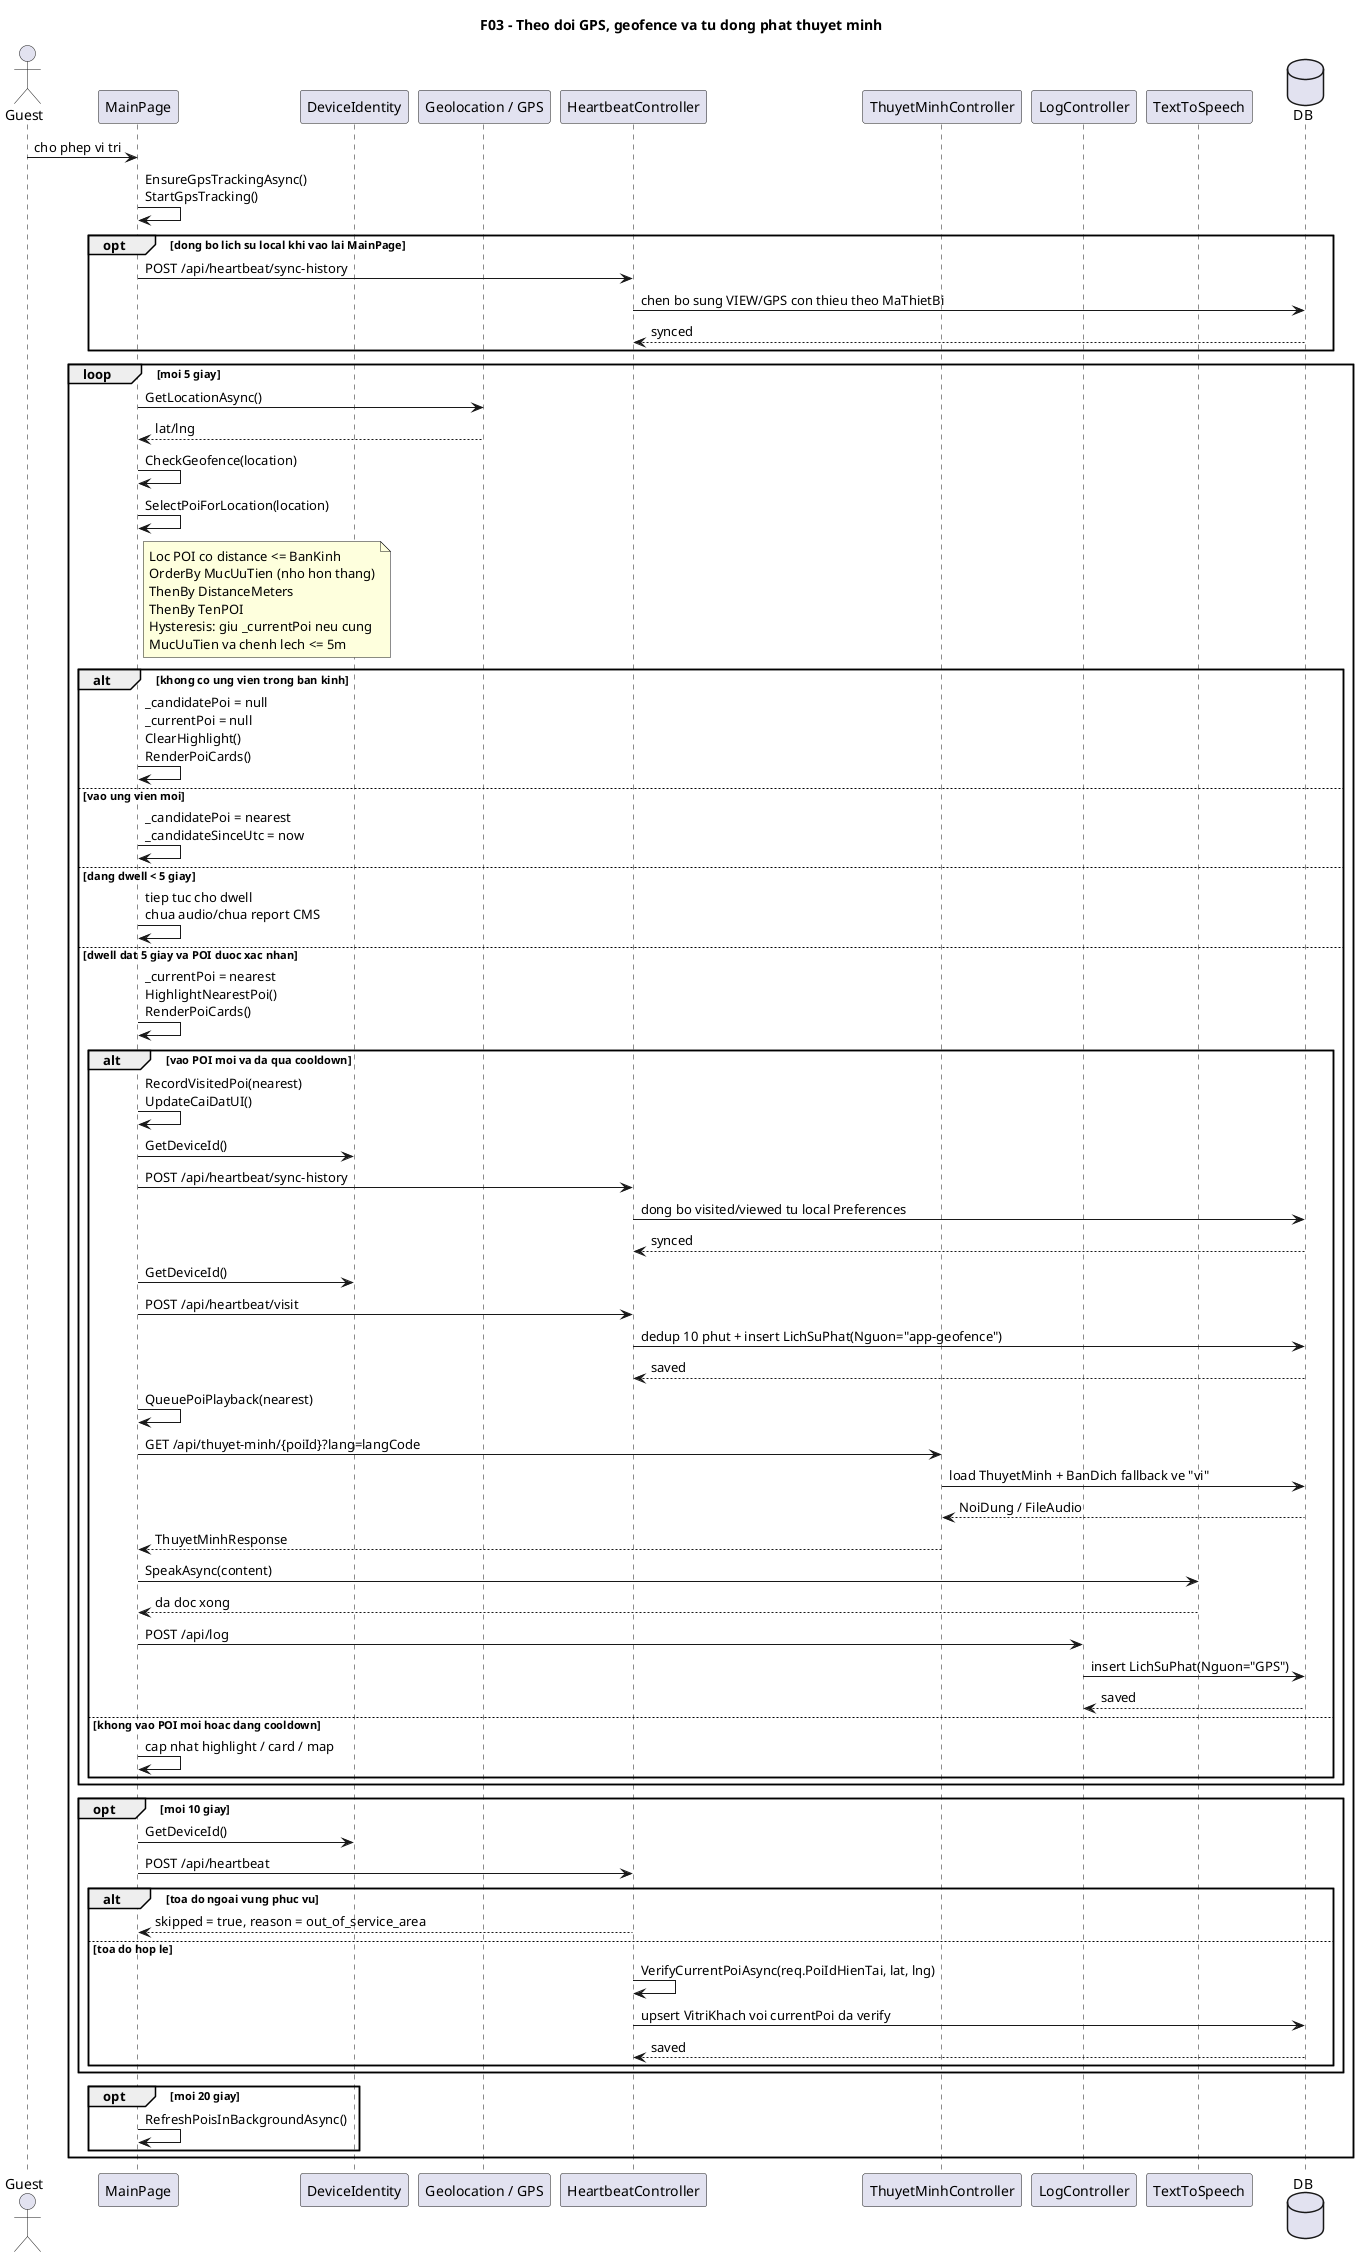
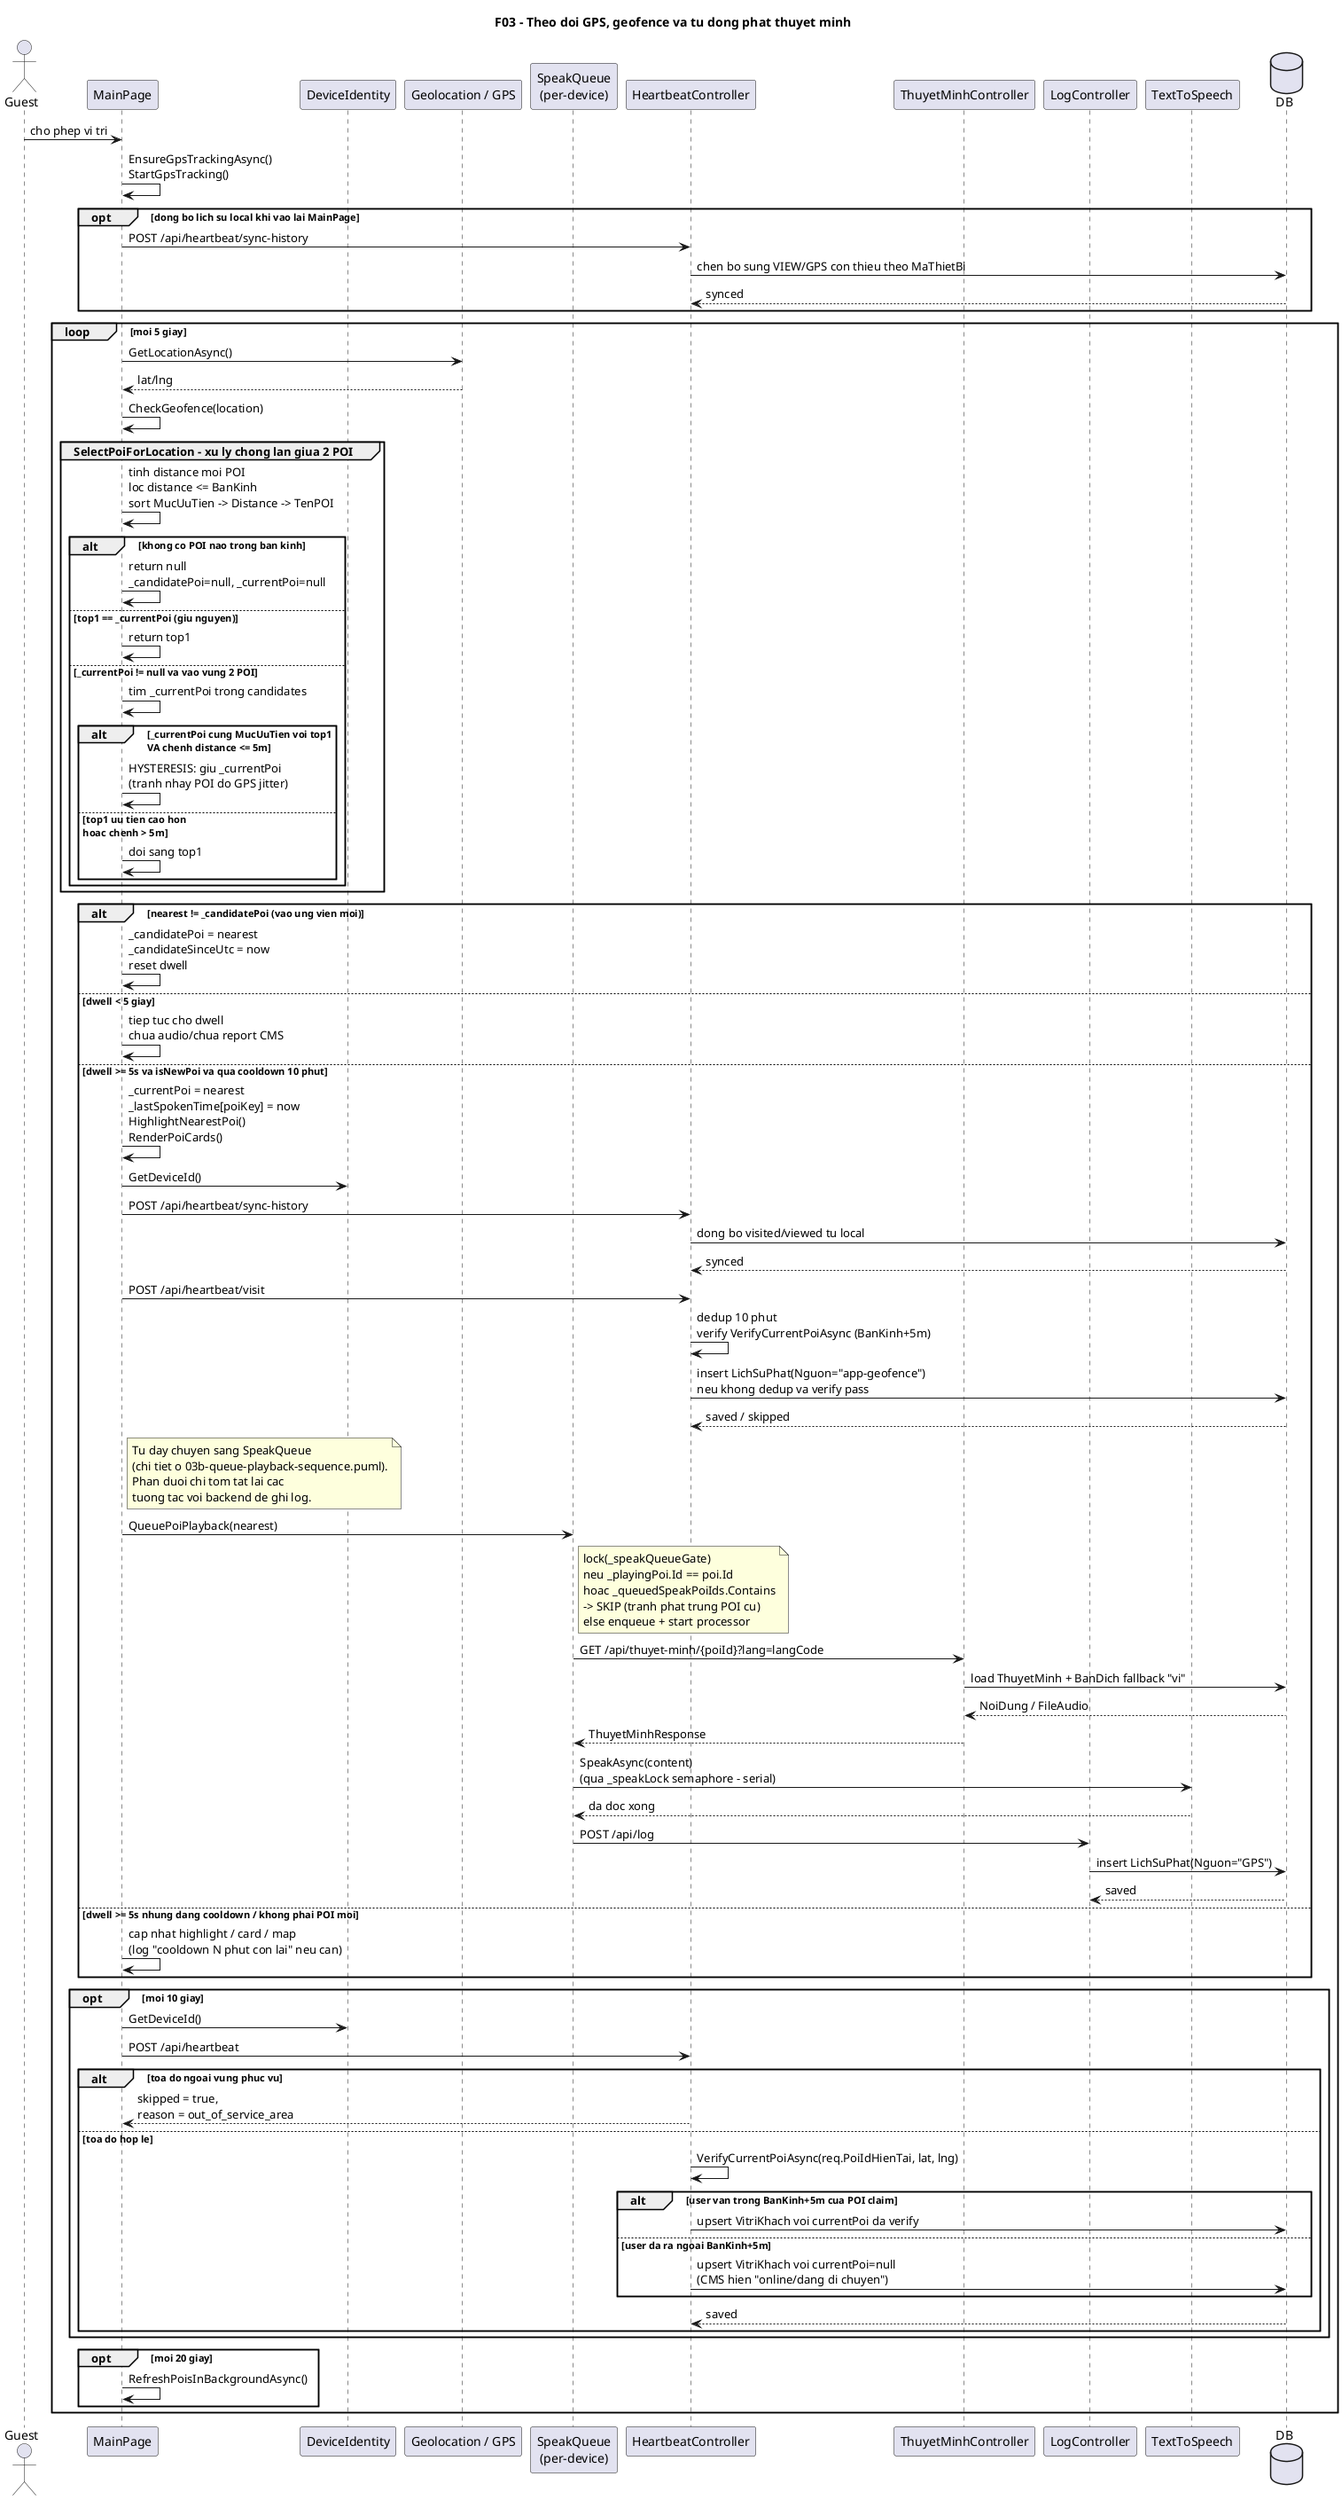
@startuml
' Diagram: F03 - Theo doi GPS, geofence va tu dong phat thuyet minh (Sequence)
' Status: VERIFIED
' Baseline: branch master, current worktree @ HEAD 2497a96
' Source:
- ' - VinhKhanhTourDemo/MainPage.xaml.cs: OnAppearing(), StartGpsTracking(), CheckGeofence(), SelectPoiForLocation(), SendHeartbeatAsync(), RecordPoiVisitAsync(), SyncPoiHistoryAsync(), QueuePoiPlayback(), SpeakPoiAsync(), LogPlaybackAsync()
+ ' - VinhKhanhTourDemo/MainPage.xaml.cs: OnAppearing(), StartGpsTracking(), CheckGeofence(), SelectPoiForLocation(), SendHeartbeatAsync(), RecordPoiVisitAsync(), SyncPoiHistoryAsync(), QueuePoiPlayback(), ProcessSpeakQueueAsync(), SpeakPoiAsync(), LogPlaybackAsync()
' - VinhKhanhTourDemo/DeviceIdentity.cs: GetDeviceId()
' - VinhKhanhTour.API/Controllers/HeartbeatController.cs: SendHeartbeat(), RecordVisit(), SyncHistory(), VerifyCurrentPoiAsync()
' - VinhKhanhTour.API/Controllers/ThuyetMinhController.cs: GetByPoi()
' - VinhKhanhTour.API/Controllers/LogController.cs: Post()
- ' Note: Sequence da sync dwell 5 giay truoc khi xac nhan vao POI, heartbeat 10 giay, refresh POI 20 giay, va DeviceIdentity.GetDeviceId().
- ' Note: SelectPoiForLocation() sap xep ung vien theo MucUuTien -> DistanceMeters -> TenPOI, giu POI hien tai neu cung muc uu tien + chenh lech <= 5m, va HeartbeatController verify lai current POI tren server.
- ' Note: Geofence va heartbeat van dung toa do that cua POI; marker offset tren map (neu co) khong anh huong xac dinh "dang o quan".
+ ' Note: Sequence da sync dwell 5 giay truoc khi xac nhan vao POI, heartbeat 10 giay, refresh POI 20 giay.
+ ' Note: Nhanh "giua 2 POI" tach tuong minh: sort theo MucUuTien -> Distance -> TenPOI + hysteresis 5m.
+ ' Note: Queue audio per-device duoc tach hoan toan vao SpeakQueue (lock + semaphore + dedup); chi tiet o 03b-queue-playback-sequence.puml.
title F03 - Theo doi GPS, geofence va tu dong phat thuyet minh

actor Guest
participant MainPage
participant DeviceIdentity
participant "Geolocation / GPS" as GPS
+ participant "SpeakQueue\n(per-device)" as SpeakQueue
participant "HeartbeatController" as HeartbeatController
participant "ThuyetMinhController" as ThuyetMinhController
participant "LogController" as LogController
participant "TextToSpeech" as TTS
database DB

Guest -> MainPage: cho phep vi tri
MainPage -> MainPage: EnsureGpsTrackingAsync()\nStartGpsTracking()
opt dong bo lich su local khi vao lai MainPage
  MainPage -> HeartbeatController: POST /api/heartbeat/sync-history
  HeartbeatController -> DB: chen bo sung VIEW/GPS con thieu theo MaThietBi
  DB --> HeartbeatController: synced
end

loop moi 5 giay
  MainPage -> GPS: GetLocationAsync()
  GPS --> MainPage: lat/lng
  MainPage -> MainPage: CheckGeofence(location)
-   MainPage -> MainPage: SelectPoiForLocation(location)
-   note right of MainPage
-     Loc POI co distance <= BanKinh
-     OrderBy MucUuTien (nho hon thang)
-     ThenBy DistanceMeters
-     ThenBy TenPOI
-     Hysteresis: giu _currentPoi neu cung
-     MucUuTien va chenh lech <= 5m
-   end note

-   alt khong co ung vien trong ban kinh
-     MainPage -> MainPage: _candidatePoi = null\n_currentPoi = null\nClearHighlight()\nRenderPoiCards()
-   else vao ung vien moi
-     MainPage -> MainPage: _candidatePoi = nearest\n_candidateSinceUtc = now
-   else dang dwell < 5 giay
+   group SelectPoiForLocation - xu ly chong lan giua 2 POI
+     MainPage -> MainPage: tinh distance moi POI\nloc distance <= BanKinh\nsort MucUuTien -> Distance -> TenPOI
+     alt khong co POI nao trong ban kinh
+       MainPage -> MainPage: return null\n_candidatePoi=null, _currentPoi=null
+     else top1 == _currentPoi (giu nguyen)
+       MainPage -> MainPage: return top1
+     else _currentPoi != null va vao vung 2 POI
+       MainPage -> MainPage: tim _currentPoi trong candidates
+       alt _currentPoi cung MucUuTien voi top1\nVA chenh distance <= 5m
+         MainPage -> MainPage: HYSTERESIS: giu _currentPoi\n(tranh nhay POI do GPS jitter)
+       else top1 uu tien cao hon\nhoac chenh > 5m
+         MainPage -> MainPage: doi sang top1
+       end
+     end
+   end
+ 
+   alt nearest != _candidatePoi (vao ung vien moi)
+     MainPage -> MainPage: _candidatePoi = nearest\n_candidateSinceUtc = now\nreset dwell
+   else dwell < 5 giay
    MainPage -> MainPage: tiep tuc cho dwell\nchua audio/chua report CMS
-   else dwell dat 5 giay va POI duoc xac nhan
-     MainPage -> MainPage: _currentPoi = nearest\nHighlightNearestPoi()\nRenderPoiCards()
-     alt vao POI moi va da qua cooldown
-       MainPage -> MainPage: RecordVisitedPoi(nearest)\nUpdateCaiDatUI()
-       MainPage -> DeviceIdentity: GetDeviceId()
-       MainPage -> HeartbeatController: POST /api/heartbeat/sync-history
-       HeartbeatController -> DB: dong bo visited/viewed tu local Preferences
-       DB --> HeartbeatController: synced
+   else dwell >= 5s va isNewPoi va qua cooldown 10 phut
+     MainPage -> MainPage: _currentPoi = nearest\n_lastSpokenTime[poiKey] = now\nHighlightNearestPoi()\nRenderPoiCards()

-       MainPage -> DeviceIdentity: GetDeviceId()
-       MainPage -> HeartbeatController: POST /api/heartbeat/visit
-       HeartbeatController -> DB: dedup 10 phut + insert LichSuPhat(Nguon="app-geofence")
-       DB --> HeartbeatController: saved
+     MainPage -> DeviceIdentity: GetDeviceId()
+     MainPage -> HeartbeatController: POST /api/heartbeat/sync-history
+     HeartbeatController -> DB: dong bo visited/viewed tu local
+     DB --> HeartbeatController: synced

-       MainPage -> MainPage: QueuePoiPlayback(nearest)
-       MainPage -> ThuyetMinhController: GET /api/thuyet-minh/{poiId}?lang=langCode
-       ThuyetMinhController -> DB: load ThuyetMinh + BanDich fallback ve "vi"
-       DB --> ThuyetMinhController: NoiDung / FileAudio
-       ThuyetMinhController --> MainPage: ThuyetMinhResponse
+     MainPage -> HeartbeatController: POST /api/heartbeat/visit
+     HeartbeatController -> HeartbeatController: dedup 10 phut\nverify VerifyCurrentPoiAsync (BanKinh+5m)
+     HeartbeatController -> DB: insert LichSuPhat(Nguon="app-geofence")\nneu khong dedup va verify pass
+     DB --> HeartbeatController: saved / skipped

-       MainPage -> TTS: SpeakAsync(content)
-       TTS --> MainPage: da doc xong
+     note right of MainPage
+       Tu day chuyen sang SpeakQueue
+       (chi tiet o 03b-queue-playback-sequence.puml).
+       Phan duoi chi tom tat lai cac
+       tuong tac voi backend de ghi log.
+     end note

-       MainPage -> LogController: POST /api/log
-       LogController -> DB: insert LichSuPhat(Nguon="GPS")
-       DB --> LogController: saved
-     else khong vao POI moi hoac dang cooldown
-       MainPage -> MainPage: cap nhat highlight / card / map
-     end
+     MainPage -> SpeakQueue: QueuePoiPlayback(nearest)
+     note right of SpeakQueue
+       lock(_speakQueueGate)
+       neu _playingPoi.Id == poi.Id
+       hoac _queuedSpeakPoiIds.Contains
+       -> SKIP (tranh phat trung POI cu)
+       else enqueue + start processor
+     end note
+     SpeakQueue -> ThuyetMinhController: GET /api/thuyet-minh/{poiId}?lang=langCode
+     ThuyetMinhController -> DB: load ThuyetMinh + BanDich fallback "vi"
+     DB --> ThuyetMinhController: NoiDung / FileAudio
+     ThuyetMinhController --> SpeakQueue: ThuyetMinhResponse
+ 
+     SpeakQueue -> TTS: SpeakAsync(content)\n(qua _speakLock semaphore - serial)
+     TTS --> SpeakQueue: da doc xong
+ 
+     SpeakQueue -> LogController: POST /api/log
+     LogController -> DB: insert LichSuPhat(Nguon="GPS")
+     DB --> LogController: saved
+   else dwell >= 5s nhung dang cooldown / khong phai POI moi
+     MainPage -> MainPage: cap nhat highlight / card / map\n(log "cooldown N phut con lai" neu can)
  end

  opt moi 10 giay
    MainPage -> DeviceIdentity: GetDeviceId()
    MainPage -> HeartbeatController: POST /api/heartbeat
    alt toa do ngoai vung phuc vu
-       HeartbeatController --> MainPage: skipped = true, reason = out_of_service_area
+       HeartbeatController --> MainPage: skipped = true,\nreason = out_of_service_area
    else toa do hop le
      HeartbeatController -> HeartbeatController: VerifyCurrentPoiAsync(req.PoiIdHienTai, lat, lng)
-       HeartbeatController -> DB: upsert VitriKhach voi currentPoi da verify
+       alt user van trong BanKinh+5m cua POI claim
+         HeartbeatController -> DB: upsert VitriKhach voi currentPoi da verify
+       else user da ra ngoai BanKinh+5m
+         HeartbeatController -> DB: upsert VitriKhach voi currentPoi=null\n(CMS hien "online/dang di chuyen")
+       end
      DB --> HeartbeatController: saved
    end
  end

  opt moi 20 giay
    MainPage -> MainPage: RefreshPoisInBackgroundAsync()
  end
end
@enduml
